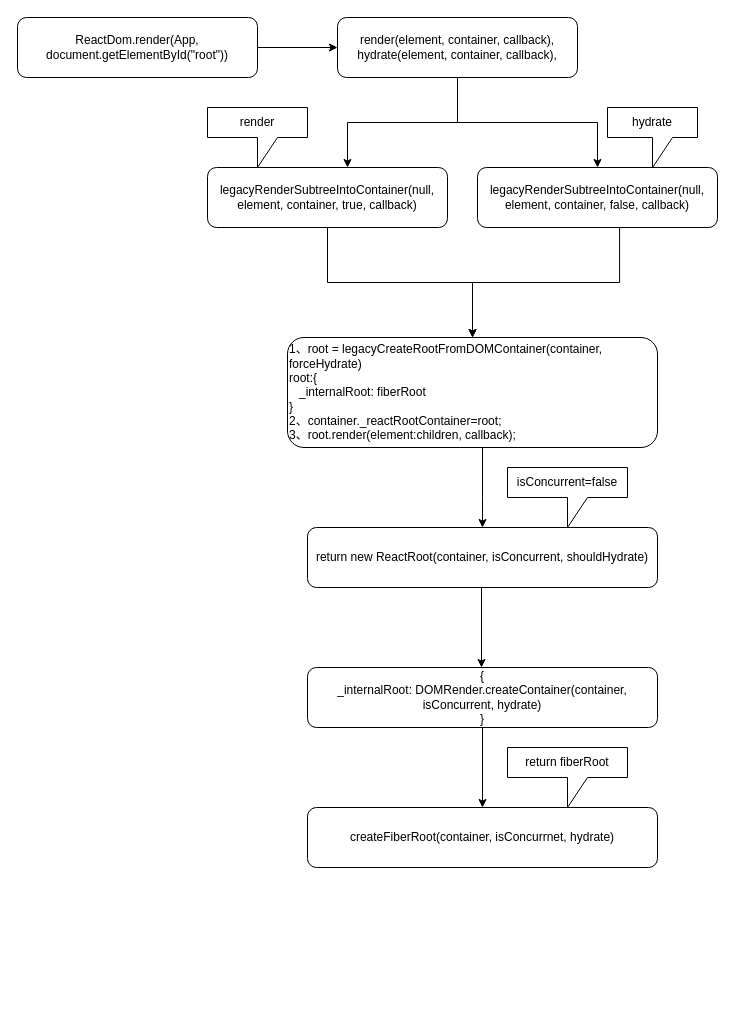
Windseek/react-source keeps this draw.io diagram as react-render-fiberRoot.drawio. Above is the earlier version. Source tidied: cells renumbered, new cells numbered last; positions are measured from the earlier drawing's top-left corner, leaving out a move shared by most shapes. Both pictures are drawn from the tidied source at 100%, with x=0, y=0 at pixel (17, 17).
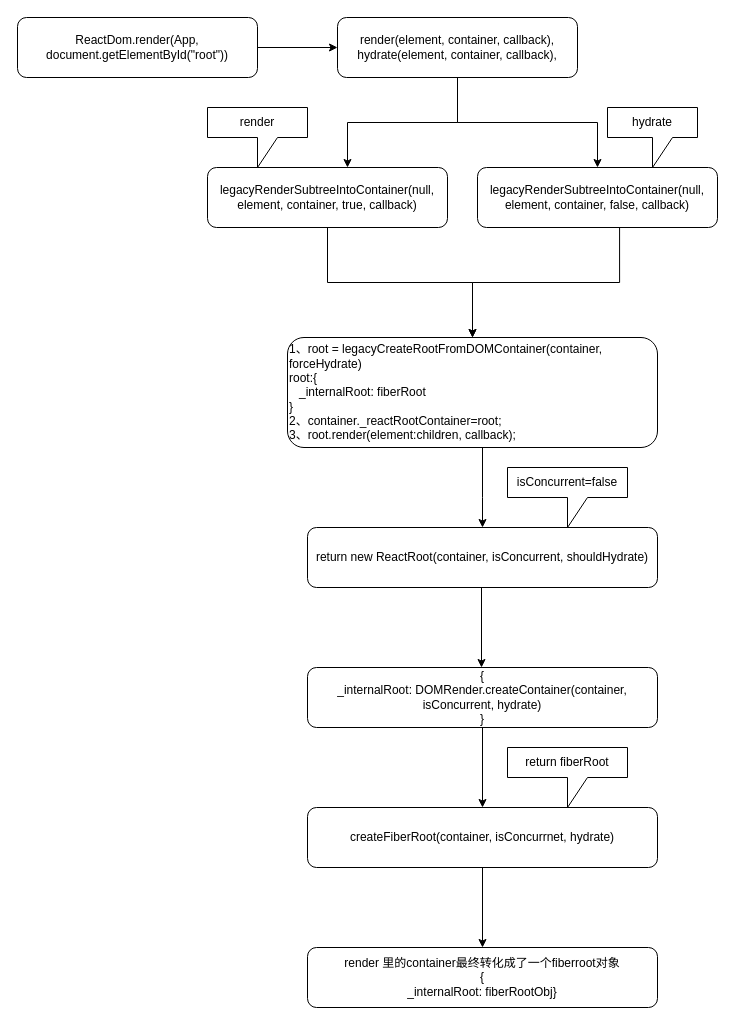
Above is the later version.

The change refers to these unchanged cells:
```xml
<mxCell id="17" value="createFiberRoot(container, isConcurrnet, hydrate)" style="rounded=1;whiteSpace=wrap;html=1;" parent="1" vertex="1">
  <mxGeometry x="290" y="790" width="350" height="60" as="geometry" />
</mxCell>
```

Diff of the diagram source:
```diff
@@
+    <mxCell id="22" style="edgeStyle=orthogonalEdgeStyle;rounded=0;jettySize=auto;html=1;" parent="1" edge="1" source="17" target="23">
+      <mxGeometry relative="1" as="geometry" />
+    </mxCell>
@@
+    <mxCell id="23" value="render 里的container最终转化成了一个fiberroot对象&lt;br&gt;{&lt;br&gt;_internalRoot: fiberRootObj}" style="rounded=1;whiteSpace=wrap;html=1;" parent="1" vertex="1">
+      <mxGeometry x="290" y="930" width="350" height="60" as="geometry" />
+    </mxCell>
```
